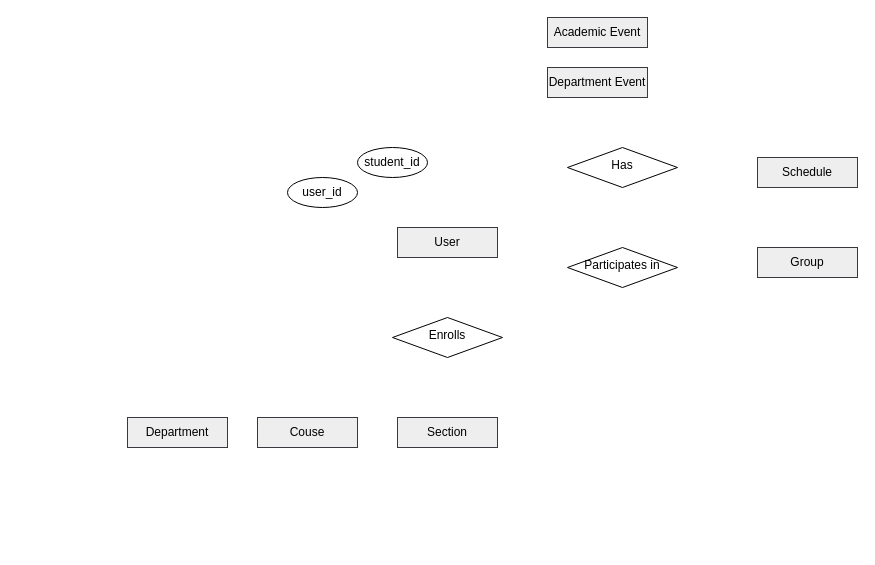
This is phase1.drawio from ale8ander/ale8ander, a draw.io file, before an edit. Source tidied: cells renumbered, new cells numbered last; positions are measured from the earlier drawing's top-left corner, leaving out a move shared by most shapes. Both pictures are drawn from the tidied source at 100%, with x=0, y=0 at pixel (127, 17).
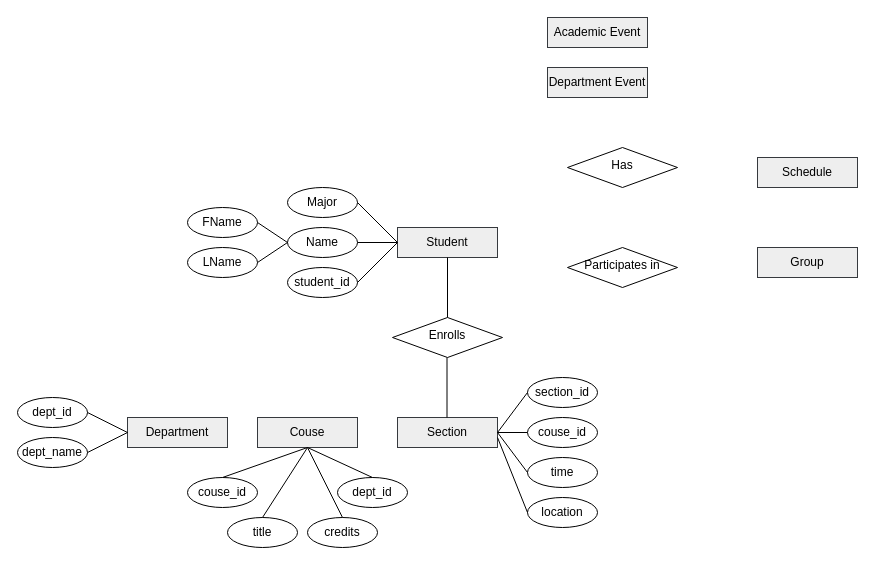
The same page after the edit.

The change refers to these unchanged cells:
```xml
<mxCell id="2" value="Enrolls" style="rhombus;whiteSpace=wrap;html=1;shadow=0;fontFamily=Helvetica;fontSize=12;align=center;strokeWidth=1;spacing=6;spacingTop=-4;" parent="1" vertex="1">
  <mxGeometry x="265" y="300" width="110" height="40" as="geometry" />
</mxCell>
<mxCell id="4" value="Department" style="rounded=0;whiteSpace=wrap;html=1;fillColor=#eeeeee;strokeColor=#36393d;" parent="1" vertex="1">
  <mxGeometry y="400" width="100" height="30" as="geometry" />
</mxCell>
<mxCell id="5" value="Couse" style="rounded=0;whiteSpace=wrap;html=1;fillColor=#eeeeee;strokeColor=#36393d;" parent="1" vertex="1">
  <mxGeometry x="130" y="400" width="100" height="30" as="geometry" />
</mxCell>
<mxCell id="6" value="Section" style="rounded=0;whiteSpace=wrap;html=1;fillColor=#eeeeee;strokeColor=#36393d;" parent="1" vertex="1">
  <mxGeometry x="270" y="400" width="100" height="30" as="geometry" />
</mxCell>
```

Diff of the diagram source:
```diff
@@
-    <mxCell id="3" value="User" style="rounded=0;whiteSpace=wrap;html=1;fillColor=#eeeeee;strokeColor=#36393d;" parent="1" vertex="1">
+    <mxCell id="3" value="Student" style="rounded=0;whiteSpace=wrap;html=1;fillColor=#eeeeee;strokeColor=#36393d;" parent="1" vertex="1">
       <mxGeometry x="270" y="210" width="100" height="30" as="geometry" />
     </mxCell>
@@
-    <mxCell id="13" value="user_id" style="ellipse;whiteSpace=wrap;html=1;" parent="1" vertex="1">
-      <mxGeometry x="160" y="160" width="70" height="30" as="geometry" />
-    </mxCell>
     <mxCell id="14" value="student_id" style="ellipse;whiteSpace=wrap;html=1;" parent="1" vertex="1">
-      <mxGeometry x="230" y="130" width="70" height="30" as="geometry" />
+      <mxGeometry x="160" y="250" width="70" height="30" as="geometry" />
     </mxCell>
+    <mxCell id="15" value="Name" style="ellipse;whiteSpace=wrap;html=1;" parent="1" vertex="1">
+      <mxGeometry x="160" y="210" width="70" height="30" as="geometry" />
+    </mxCell>
+    <mxCell id="16" value="Major" style="ellipse;whiteSpace=wrap;html=1;" parent="1" vertex="1">
+      <mxGeometry x="160" y="170" width="70" height="30" as="geometry" />
+    </mxCell>
+    <mxCell id="17" style="endArrow=none;html=1;rounded=0;entryX=1;entryY=0.5;entryDx=0;entryDy=0;exitX=0;exitY=0.5;exitDx=0;exitDy=0;" parent="1" edge="1" source="3" target="16">
+      <mxGeometry relative="1" as="geometry" />
+    </mxCell>
+    <mxCell id="18" style="endArrow=none;html=1;rounded=0;entryX=1;entryY=0.5;entryDx=0;entryDy=0;exitX=0;exitY=0.5;exitDx=0;exitDy=0;" parent="1" edge="1" source="3" target="15">
+      <mxGeometry relative="1" as="geometry" />
+    </mxCell>
+    <mxCell id="19" style="endArrow=none;html=1;rounded=0;entryX=1;entryY=0.5;entryDx=0;entryDy=0;exitX=0;exitY=0.5;exitDx=0;exitDy=0;" parent="1" edge="1" source="3" target="14">
+      <mxGeometry relative="1" as="geometry" />
+    </mxCell>
+    <mxCell id="20" value="FName" style="ellipse;whiteSpace=wrap;html=1;" parent="1" vertex="1">
+      <mxGeometry x="60" y="190" width="70" height="30" as="geometry" />
+    </mxCell>
+    <mxCell id="21" value="LName" style="ellipse;whiteSpace=wrap;html=1;" parent="1" vertex="1">
+      <mxGeometry x="60" y="230" width="70" height="30" as="geometry" />
+    </mxCell>
+    <mxCell id="22" style="endArrow=none;html=1;rounded=0;entryX=1;entryY=0.5;entryDx=0;entryDy=0;exitX=0;exitY=0.5;exitDx=0;exitDy=0;" parent="1" edge="1" source="15" target="20">
+      <mxGeometry relative="1" as="geometry" />
+    </mxCell>
+    <mxCell id="23" style="endArrow=none;html=1;rounded=0;entryX=1;entryY=0.5;entryDx=0;entryDy=0;exitX=0;exitY=0.5;exitDx=0;exitDy=0;" parent="1" edge="1" source="15" target="21">
+      <mxGeometry relative="1" as="geometry" />
+    </mxCell>
+    <mxCell id="24" style="endArrow=none;html=1;rounded=0;entryX=0.5;entryY=1;entryDx=0;entryDy=0;exitX=0.5;exitY=0;exitDx=0;exitDy=0;" parent="1" edge="1" source="2" target="3">
+      <mxGeometry relative="1" as="geometry" />
+    </mxCell>
+    <mxCell id="25" style="endArrow=none;html=1;rounded=0;entryX=0.5;entryY=1;entryDx=0;entryDy=0;exitX=0.5;exitY=0;exitDx=0;exitDy=0;" parent="1" edge="1">
+      <mxGeometry relative="1" as="geometry">
+        <mxPoint x="319.5" y="400" as="sourcePoint" />
+        <mxPoint x="319.5" y="340" as="targetPoint" />
+      </mxGeometry>
+    </mxCell>
+    <mxCell id="26" value="dept_id" style="ellipse;whiteSpace=wrap;html=1;" parent="1" vertex="1">
+      <mxGeometry x="-110" y="380" width="70" height="30" as="geometry" />
+    </mxCell>
+    <mxCell id="27" value="dept_name" style="ellipse;whiteSpace=wrap;html=1;" parent="1" vertex="1">
+      <mxGeometry x="-110" y="420" width="70" height="30" as="geometry" />
+    </mxCell>
+    <mxCell id="28" style="edgeStyle=orthogonalEdgeStyle;rounded=0;orthogonalLoop=1;jettySize=auto;html=1;exitX=0.5;exitY=1;exitDx=0;exitDy=0;" parent="1" edge="1" source="27" target="27">
+      <mxGeometry relative="1" as="geometry" />
+    </mxCell>
+    <mxCell id="29" style="endArrow=none;html=1;rounded=0;exitX=1;exitY=0.5;exitDx=0;exitDy=0;entryX=0;entryY=0.5;entryDx=0;entryDy=0;" parent="1" edge="1" source="26" target="4">
+      <mxGeometry relative="1" as="geometry" />
+    </mxCell>
+    <mxCell id="30" style="endArrow=none;html=1;rounded=0;exitX=0;exitY=0.5;exitDx=0;exitDy=0;entryX=1;entryY=0.5;entryDx=0;entryDy=0;" parent="1" edge="1" source="4" target="27">
+      <mxGeometry relative="1" as="geometry" />
+    </mxCell>
+    <mxCell id="31" value="couse_id" style="ellipse;whiteSpace=wrap;html=1;" parent="1" vertex="1">
+      <mxGeometry x="60" y="460" width="70" height="30" as="geometry" />
+    </mxCell>
+    <mxCell id="32" style="endArrow=none;html=1;rounded=0;exitX=0.5;exitY=1;exitDx=0;exitDy=0;entryX=0.5;entryY=0;entryDx=0;entryDy=0;" parent="1" edge="1" target="31">
+      <mxGeometry relative="1" as="geometry">
+        <mxPoint x="180" y="430" as="sourcePoint" />
+      </mxGeometry>
+    </mxCell>
+    <mxCell id="33" value="title" style="ellipse;whiteSpace=wrap;html=1;" parent="1" vertex="1">
+      <mxGeometry x="100" y="500" width="70" height="30" as="geometry" />
+    </mxCell>
+    <mxCell id="34" style="endArrow=none;html=1;rounded=0;exitX=0.5;exitY=1;exitDx=0;exitDy=0;entryX=0.5;entryY=0;entryDx=0;entryDy=0;" parent="1" edge="1" source="5" target="33">
+      <mxGeometry relative="1" as="geometry" />
+    </mxCell>
+    <mxCell id="35" value="credits" style="ellipse;whiteSpace=wrap;html=1;" parent="1" vertex="1">
+      <mxGeometry x="180" y="500" width="70" height="30" as="geometry" />
+    </mxCell>
+    <mxCell id="36" style="endArrow=none;html=1;rounded=0;exitX=0.5;exitY=1;exitDx=0;exitDy=0;entryX=0.5;entryY=0;entryDx=0;entryDy=0;" parent="1" edge="1" source="5" target="35">
+      <mxGeometry relative="1" as="geometry" />
+    </mxCell>
+    <mxCell id="37" value="dept_id" style="ellipse;whiteSpace=wrap;html=1;" parent="1" vertex="1">
+      <mxGeometry x="210" y="460" width="70" height="30" as="geometry" />
+    </mxCell>
+    <mxCell id="38" style="endArrow=none;html=1;rounded=0;exitX=0.5;exitY=1;exitDx=0;exitDy=0;entryX=0.5;entryY=0;entryDx=0;entryDy=0;" parent="1" edge="1" target="37">
+      <mxGeometry relative="1" as="geometry">
+        <mxPoint x="180" y="430" as="sourcePoint" />
+      </mxGeometry>
+    </mxCell>
+    <mxCell id="39" value="section_id" style="ellipse;whiteSpace=wrap;html=1;" parent="1" vertex="1">
+      <mxGeometry x="400" y="360" width="70" height="30" as="geometry" />
+    </mxCell>
+    <mxCell id="40" style="endArrow=none;html=1;rounded=0;exitX=1;exitY=0.5;exitDx=0;exitDy=0;entryX=0;entryY=0.5;entryDx=0;entryDy=0;" parent="1" edge="1" source="6" target="39">
+      <mxGeometry relative="1" as="geometry" />
+    </mxCell>
+    <mxCell id="41" value="couse_id" style="ellipse;whiteSpace=wrap;html=1;" parent="1" vertex="1">
+      <mxGeometry x="400" y="400" width="70" height="30" as="geometry" />
+    </mxCell>
+    <mxCell id="42" style="endArrow=none;html=1;rounded=0;exitX=1;exitY=0.5;exitDx=0;exitDy=0;entryX=0;entryY=0.5;entryDx=0;entryDy=0;" parent="1" edge="1" source="6" target="41">
+      <mxGeometry relative="1" as="geometry" />
+    </mxCell>
+    <mxCell id="43" value="time" style="ellipse;whiteSpace=wrap;html=1;" parent="1" vertex="1">
+      <mxGeometry x="400" y="440" width="70" height="30" as="geometry" />
+    </mxCell>
+    <mxCell id="44" style="endArrow=none;html=1;rounded=0;exitX=1;exitY=0.5;exitDx=0;exitDy=0;entryX=0;entryY=0.5;entryDx=0;entryDy=0;" parent="1" edge="1" source="6" target="43">
+      <mxGeometry relative="1" as="geometry" />
+    </mxCell>
+    <mxCell id="45" value="location" style="ellipse;whiteSpace=wrap;html=1;" parent="1" vertex="1">
+      <mxGeometry x="400" y="480" width="70" height="30" as="geometry" />
+    </mxCell>
+    <mxCell id="46" style="endArrow=none;html=1;rounded=0;entryX=0;entryY=0.5;entryDx=0;entryDy=0;" parent="1" edge="1" target="45">
+      <mxGeometry relative="1" as="geometry">
+        <mxPoint x="370" y="420" as="sourcePoint" />
+      </mxGeometry>
+    </mxCell>
```
